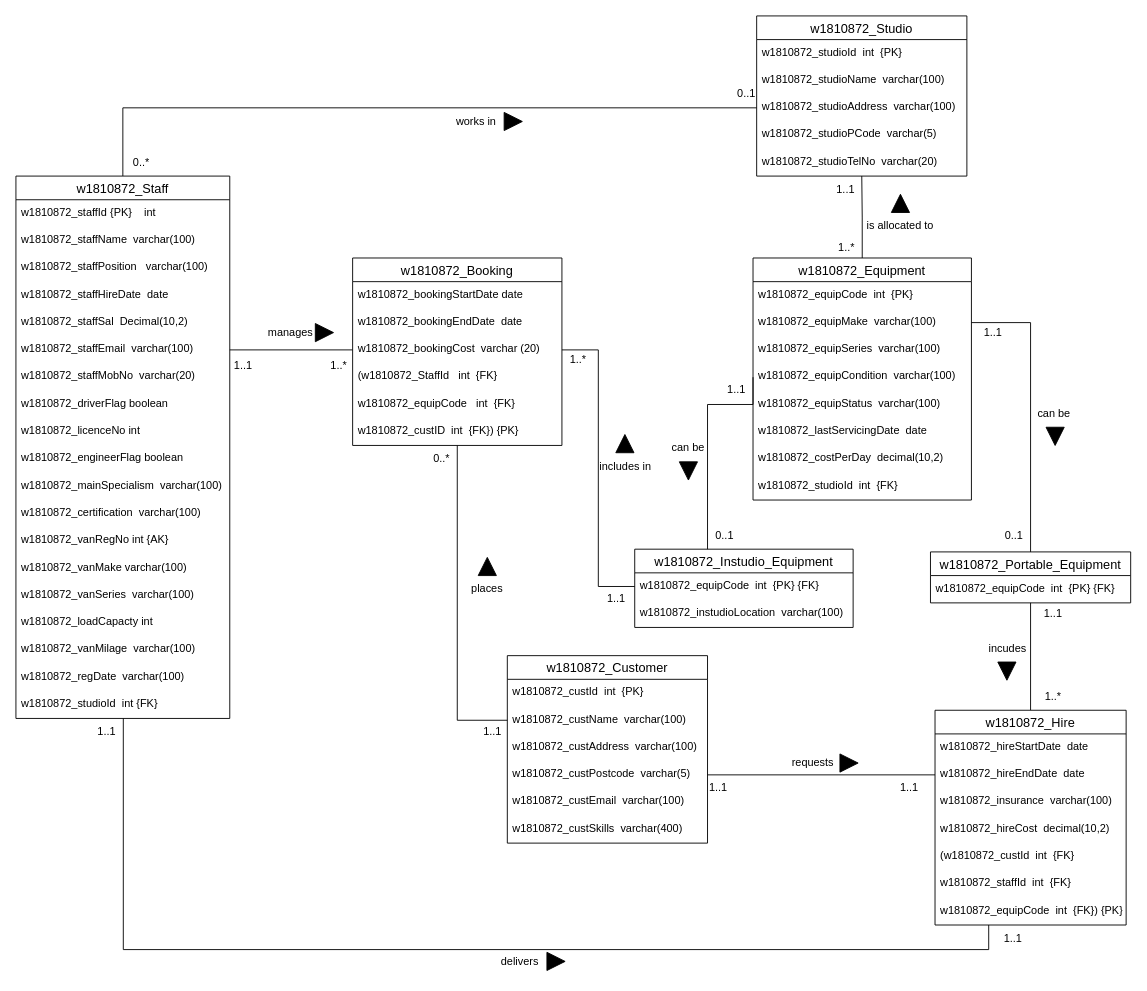
Above: Part B/Part_B.drawio in ChitharaKarunasekera/DatabaseSystemsCoursework (draw.io), before the change. Source tidied: cells renumbered, new cells numbered last; positions are measured from the earlier drawing's top-left corner, leaving out a move shared by most shapes. Both pictures are drawn from the tidied source at 91%, with x=0, y=0 at pixel (15, 15).
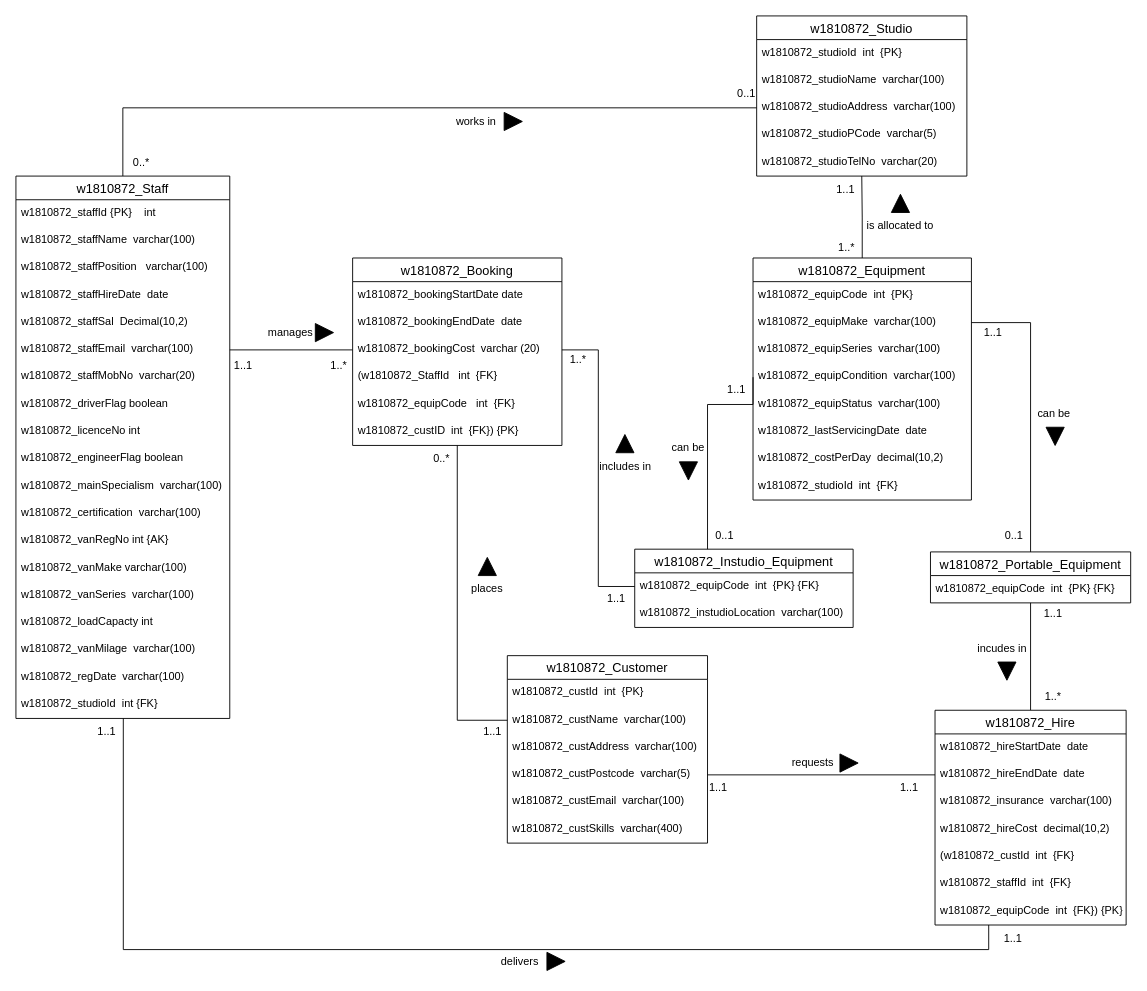
Above is the later version.

Commit message:
changed relat name

Diff of the diagram source:
```diff
@@
-    <mxCell id="96" value="incudes" style="text;html=1;strokeColor=none;fillColor=none;align=center;verticalAlign=middle;whiteSpace=wrap;rounded=0;fontColor=#000000;" parent="1" vertex="1">
-      <mxGeometry x="1060" y="680" width="60" height="30" as="geometry" />
+    <mxCell id="96" value="incudes in" style="text;html=1;strokeColor=none;fillColor=none;align=center;verticalAlign=middle;whiteSpace=wrap;rounded=0;fontColor=#000000;" parent="1" vertex="1">
+      <mxGeometry x="1054" y="680" width="60" height="30" as="geometry" />
     </mxCell>
```
